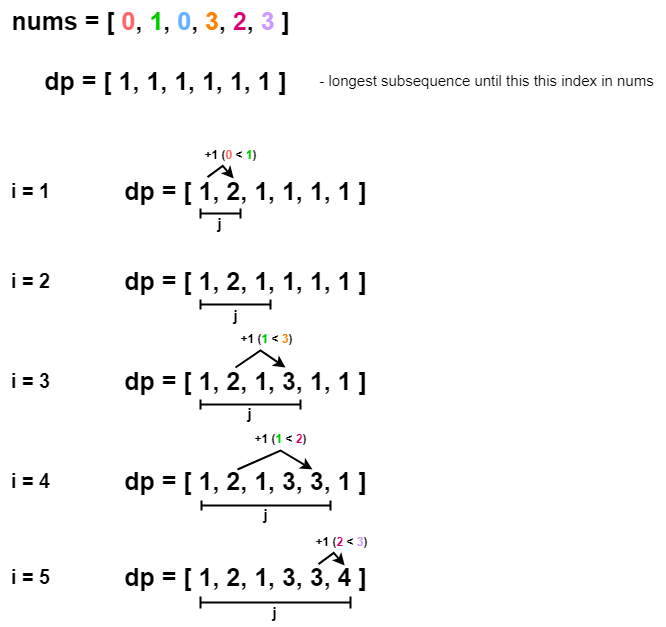
This is Python3/img/LongestIncreasingSubsequence.png from ashiven/leetcode-solutions, a draw.io export, as it was before one commit. Source tidied: cells renumbered, new cells last; positions are measured from the earlier drawing's top-left corner, leaving out a move shared by most shapes.
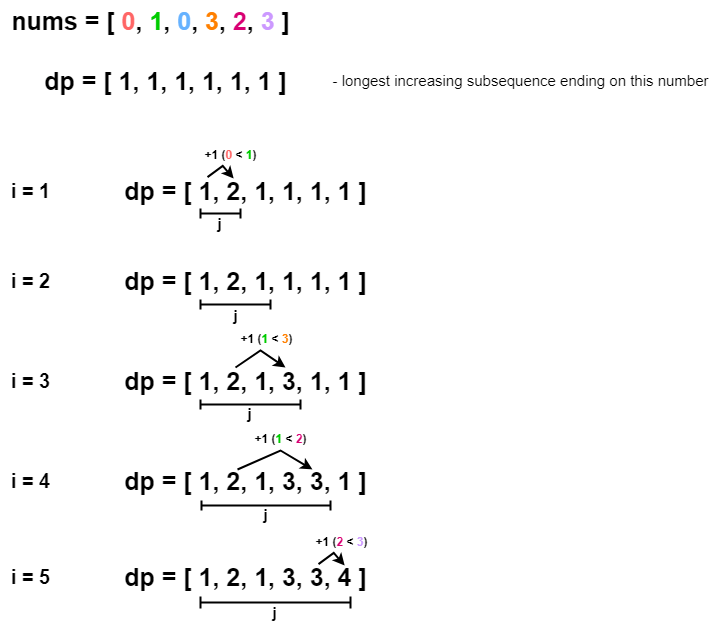
Above is the later version.

Diff of the diagram source:
```diff
@@ -8,8 +8,8 @@
     <mxCell id="3" value="dp = [ 1, 1, 1, 1, 1, 1 ]" style="text;html=1;align=center;verticalAlign=middle;strokeColor=none;fillColor=none;fontSize=25;fontStyle=1;" parent="1" vertex="1">
       <mxGeometry x="30" y="60" width="270" height="40" as="geometry" />
     </mxCell>
-    <mxCell id="4" value="&lt;font style=&quot;font-size: 15px;&quot;&gt;- longest subsequence until this this index in nums&lt;/font&gt;" style="text;html=1;align=center;verticalAlign=middle;strokeColor=none;fillColor=none;" parent="1" vertex="1">
-      <mxGeometry x="306" y="65" width="360" height="30" as="geometry" />
+    <mxCell id="4" value="&lt;font style=&quot;font-size: 15px;&quot;&gt;- longest increasing subsequence ending on this number&lt;/font&gt;" style="text;html=1;align=center;verticalAlign=middle;strokeColor=none;fillColor=none;" parent="1" vertex="1">
+      <mxGeometry x="320" y="65" width="400" height="30" as="geometry" />
     </mxCell>
     <mxCell id="5" value="i = 1" style="text;html=1;align=center;verticalAlign=middle;strokeColor=none;fillColor=none;fontSize=20;fontStyle=1;" parent="1" vertex="1">
       <mxGeometry y="170" width="60" height="40" as="geometry" />
```
